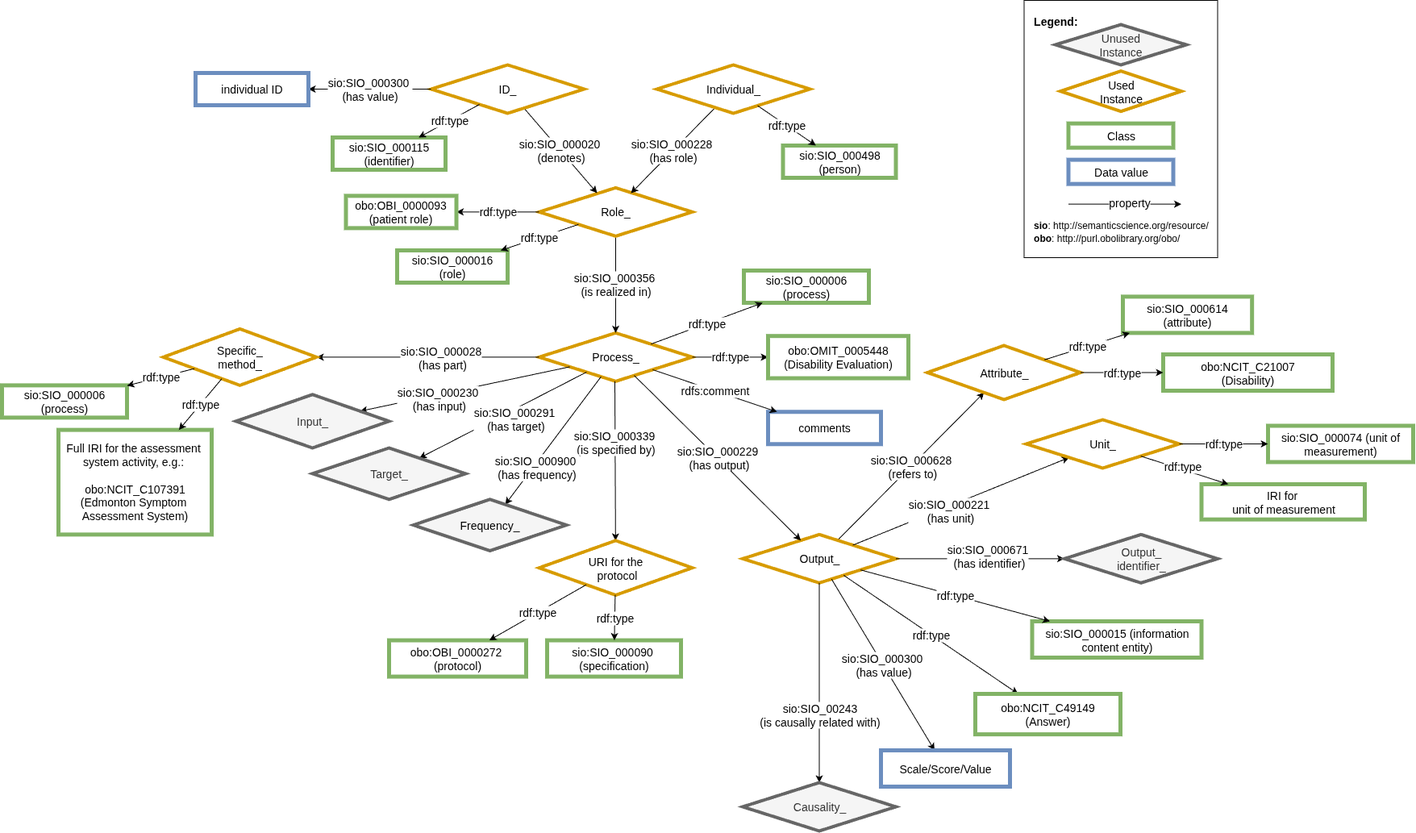
This is images/obo/CARE-SM-obo-Disability.drawio.png from CARE-SM/CARE-Semantic-Model, a draw.io export, as it was before one commit. Source tidied: cells renumbered, new cells last; positions are measured from the earlier drawing's top-left corner, leaving out a move shared by most shapes.
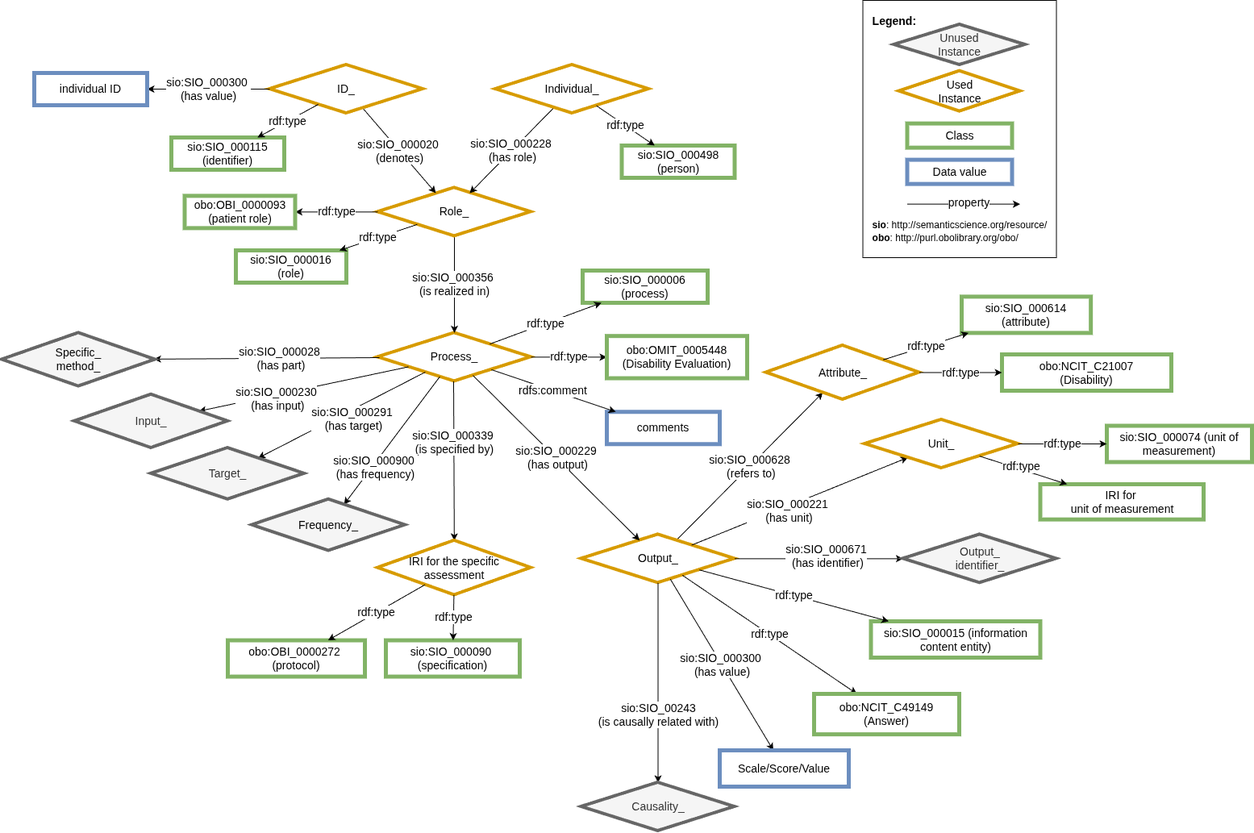
Above is the later version.

Commit message:
Disability image correction

The edit, as a diff of the source:
```diff
@@ -94,27 +94,12 @@
     <mxCell id="29" value="rdf:type" style="edgeStyle=none;rounded=0;jettySize=auto;html=1;fontSize=14;" parent="1" edge="1" source="4" target="6">
       <mxGeometry relative="1" as="geometry" />
     </mxCell>
-    <mxCell id="30" value="&lt;div style=&quot;font-size: 14px;&quot;&gt;Specific_&lt;/div&gt;&lt;div style=&quot;font-size: 14px;&quot;&gt;method_&lt;/div&gt;" style="rhombus;whiteSpace=wrap;html=1;fillColor=#FFFFFF;strokeColor=#D79B00;perimeter=rhombusPerimeter;arcSize=20;comic=0;enumerate=0;strokeWidth=4;rounded=0;fontSize=14;" parent="1" vertex="1">
-      <mxGeometry x="200" y="407.4" width="190" height="70" as="geometry" />
-    </mxCell>
-    <mxCell id="31" value="&lt;div style=&quot;font-size: 14px;&quot;&gt;Full IRI for the assessment&amp;nbsp;&lt;/div&gt;&lt;div style=&quot;font-size: 14px;&quot;&gt;system activity,&amp;nbsp;&lt;span style=&quot;background-color: transparent; color: light-dark(rgb(0, 0, 0), rgb(255, 255, 255));&quot;&gt;e.g.:&amp;nbsp;&lt;/span&gt;&lt;/div&gt;&lt;div style=&quot;font-size: 14px;&quot;&gt;&lt;span style=&quot;background-color: transparent; color: light-dark(rgb(0, 0, 0), rgb(255, 255, 255));&quot;&gt;&lt;br&gt;&lt;/span&gt;&lt;/div&gt;&lt;div style=&quot;&quot;&gt;&lt;span style=&quot;font-size: 14px; background-color: transparent; color: light-dark(rgb(0, 0, 0), rgb(255, 255, 255));&quot;&gt;obo:&lt;/span&gt;&lt;span style=&quot;background-color: transparent;&quot;&gt;NCIT_C107391&lt;/span&gt;&lt;/div&gt;&lt;div style=&quot;&quot;&gt;&lt;span style=&quot;font-size: 14px; background-color: transparent; color: light-dark(rgb(0, 0, 0), rgb(255, 255, 255));&quot;&gt;(Edmonton Symptom&amp;nbsp;&lt;/span&gt;&lt;/div&gt;&lt;div style=&quot;&quot;&gt;&lt;span style=&quot;font-size: 14px; background-color: transparent; color: light-dark(rgb(0, 0, 0), rgb(255, 255, 255));&quot;&gt;Assessment System)&lt;/span&gt;&lt;/div&gt;" style="whiteSpace=wrap;html=1;fillColor=#FFFFFF;strokeColor=#82b366;strokeWidth=5;fontSize=14;" parent="1" vertex="1">
-      <mxGeometry x="70" y="532.6" width="190" height="129.8" as="geometry" />
-    </mxCell>
-    <mxCell id="32" value="sio:SIO_000006 (process)" style="whiteSpace=wrap;html=1;fillColor=#FFFFFF;strokeColor=#82b366;strokeWidth=5;fontSize=14;" parent="1" vertex="1">
-      <mxGeometry y="477.4" width="155" height="40" as="geometry" />
-    </mxCell>
     <mxCell id="33" value="Input_" style="rhombus;whiteSpace=wrap;html=1;fillColor=#f5f5f5;strokeColor=#666666;strokeWidth=4;fontSize=14;fontColor=#333333;" parent="1" vertex="1">
       <mxGeometry x="290" y="488.8" width="190" height="66.2" as="geometry" />
     </mxCell>
     <mxCell id="34" value="Target_" style="rhombus;whiteSpace=wrap;html=1;fillColor=#f5f5f5;strokeColor=#666666;strokeWidth=4;fontSize=14;fontColor=#333333;" parent="1" vertex="1">
       <mxGeometry x="385" y="555" width="190" height="63.8" as="geometry" />
     </mxCell>
-    <mxCell id="35" value="rdf:type" style="edgeStyle=none;rounded=0;jettySize=auto;html=1;fontSize=14;" parent="1" edge="1" source="30" target="31">
-      <mxGeometry relative="1" as="geometry" />
-    </mxCell>
-    <mxCell id="36" value="rdf:type" style="edgeStyle=none;rounded=0;jettySize=auto;html=1;fontSize=14;" parent="1" edge="1" source="30" target="32">
-      <mxGeometry relative="1" as="geometry" />
-    </mxCell>
     <mxCell id="37" value="Attribute_" style="rhombus;whiteSpace=wrap;html=1;fillColor=#FFFFFF;strokeColor=#D79B00;perimeter=rhombusPerimeter;arcSize=20;comic=0;enumerate=0;strokeWidth=4;rounded=0;fontSize=14;" parent="1" vertex="1">
       <mxGeometry x="1147.5" y="428" width="190" height="67" as="geometry" />
     </mxCell>
@@ -206,7 +191,7 @@
     <mxCell id="63" value="&lt;span style=&quot;color: rgb(0, 0, 0);&quot;&gt;Frequency_&lt;/span&gt;" style="rhombus;whiteSpace=wrap;html=1;fillColor=#f5f5f5;strokeColor=#666666;strokeWidth=4;fontSize=14;fontColor=#333333;" parent="1" vertex="1">
       <mxGeometry x="510" y="618.8" width="190" height="63.8" as="geometry" />
     </mxCell>
-    <mxCell id="64" value="&lt;div&gt;URI for the&lt;/div&gt;&lt;div&gt;&amp;nbsp;protocol&lt;/div&gt;" style="rhombus;whiteSpace=wrap;html=1;fillColor=#FFFFFF;strokeColor=#D79B00;perimeter=rhombusPerimeter;arcSize=20;comic=0;enumerate=0;strokeWidth=4;rounded=0;fontSize=14;" parent="1" vertex="1">
+    <mxCell id="64" value="IRI for the specific assessment" style="rhombus;whiteSpace=wrap;html=1;fillColor=#FFFFFF;strokeColor=#D79B00;perimeter=rhombusPerimeter;arcSize=20;comic=0;enumerate=0;strokeWidth=4;rounded=0;fontSize=14;" parent="1" vertex="1">
       <mxGeometry x="666" y="669.9" width="190" height="67.6" as="geometry" />
     </mxCell>
     <mxCell id="65" value="&lt;font style=&quot;font-size: 14px;&quot;&gt;obo:OBI_0000272&amp;nbsp;&lt;/font&gt;&lt;div&gt;&lt;font style=&quot;font-size: 14px;&quot;&gt;(protocol)&lt;/font&gt;&lt;/div&gt;" style="whiteSpace=wrap;html=1;fillColor=#FFFFFF;strokeColor=#82b366;strokeWidth=5;fontSize=14;" parent="1" vertex="1">
@@ -256,5 +241,8 @@
     <mxCell id="78" value="Unused&lt;div&gt;Instance&lt;/div&gt;" style="rhombus;whiteSpace=wrap;html=1;fillColor=#f5f5f5;strokeColor=#666666;perimeter=rhombusPerimeter;arcSize=20;comic=0;enumerate=0;strokeWidth=4;rounded=0;fontSize=14;fontColor=#333333;" parent="1" vertex="1">
       <mxGeometry x="1306.2" y="30" width="162.5" height="50" as="geometry" />
     </mxCell>
+    <mxCell id="30" value="&lt;div style=&quot;color: rgb(0, 0, 0);&quot;&gt;Specific_&lt;/div&gt;&lt;div style=&quot;color: rgb(0, 0, 0);&quot;&gt;method_&lt;/div&gt;" style="rhombus;whiteSpace=wrap;html=1;fillColor=#f5f5f5;strokeColor=#666666;strokeWidth=4;fontSize=14;fontColor=#333333;" parent="1" vertex="1">
+      <mxGeometry x="200" y="412.4" width="190" height="66.2" as="geometry" />
+    </mxCell>
   </root>
 </mxGraphModel>
```
